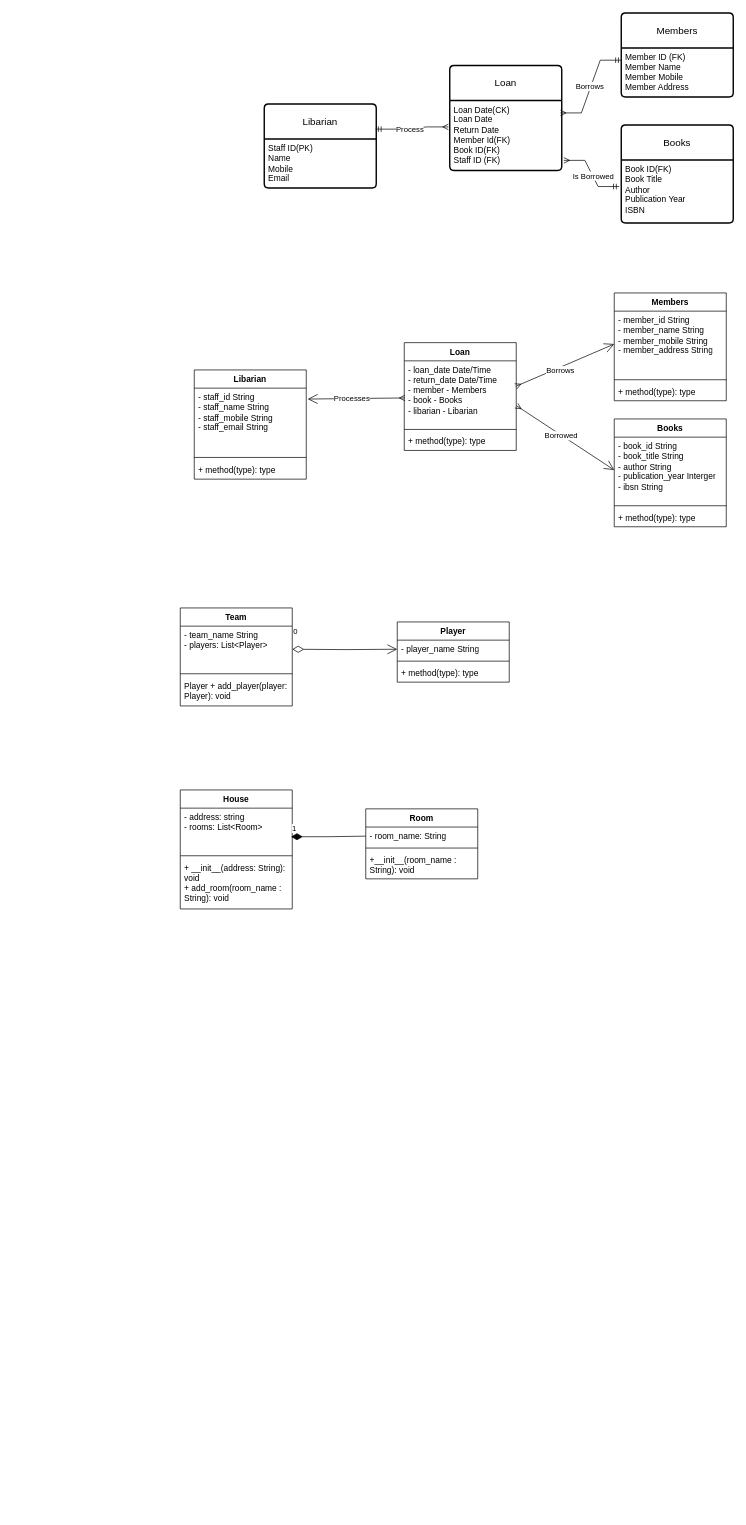
TamaMak/at1 keeps this draw.io diagram as Untitled Diagram.drawio. Above is the earlier version. Source tidied: cells renumbered, new cells numbered last; positions are measured from the earlier drawing's top-left corner, leaving out a move shared by most shapes. Both pictures are drawn from the tidied source at 70%, with x=0, y=0 at pixel (180, 13).
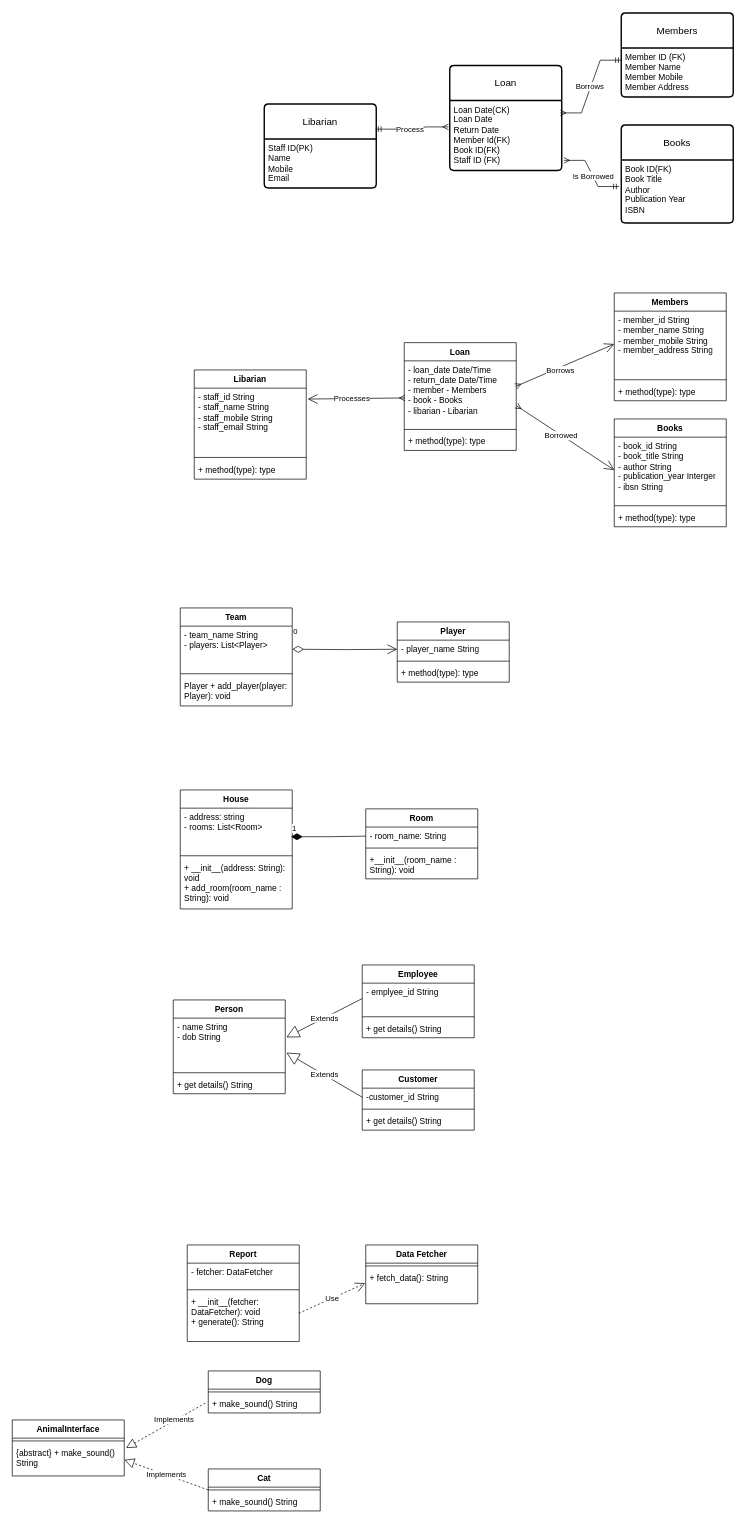
After the change.

Diff of the diagram source:
```diff
@@
+    <mxCell id="56" value="Employee" style="swimlane;fontStyle=1;align=center;verticalAlign=top;horizontal=1;startSize=26;whiteSpace=wrap;html=1;" parent="1" vertex="1">
+      <mxGeometry x="260" y="1360" width="160" height="104" as="geometry" />
+    </mxCell>
+    <mxCell id="57" value="- emplyee_id String" style="text;strokeColor=none;fillColor=none;align=left;verticalAlign=top;spacingLeft=4;spacingRight=4;overflow=hidden;points=[[0,0.5],[1,0.5]];portConstraint=eastwest;whiteSpace=wrap;html=1;" parent="56" vertex="1">
+      <mxGeometry y="26" width="160" height="44" as="geometry" />
+    </mxCell>
+    <mxCell id="58" style="line;strokeWidth=1;fillColor=none;align=left;verticalAlign=middle;spacingTop=-1;spacingLeft=3;spacingRight=3;labelPosition=right;strokeColor=inherit;" parent="56" vertex="1">
+      <mxGeometry y="70" width="160" height="8" as="geometry" />
+    </mxCell>
+    <mxCell id="59" value="+ get details() String" style="text;strokeColor=none;fillColor=none;align=left;verticalAlign=top;spacingLeft=4;spacingRight=4;overflow=hidden;whiteSpace=wrap;html=1;" parent="56" vertex="1">
+      <mxGeometry y="78" width="160" height="26" as="geometry" />
+    </mxCell>
+    <mxCell id="60" value="Person" style="swimlane;fontStyle=1;align=center;verticalAlign=top;horizontal=1;startSize=26;whiteSpace=wrap;html=1;" parent="1" vertex="1">
+      <mxGeometry x="-10" y="1410" width="160" height="134" as="geometry" />
+    </mxCell>
+    <mxCell id="61" value="- name String&lt;div&gt;- dob String&lt;/div&gt;" style="text;strokeColor=none;fillColor=none;align=left;verticalAlign=top;spacingLeft=4;spacingRight=4;overflow=hidden;points=[[0,0.5],[1,0.5]];portConstraint=eastwest;whiteSpace=wrap;html=1;" parent="60" vertex="1">
+      <mxGeometry y="26" width="160" height="74" as="geometry" />
+    </mxCell>
+    <mxCell id="62" style="line;strokeWidth=1;fillColor=none;align=left;verticalAlign=middle;spacingTop=-1;spacingLeft=3;spacingRight=3;labelPosition=right;strokeColor=inherit;" parent="60" vertex="1">
+      <mxGeometry y="100" width="160" height="8" as="geometry" />
+    </mxCell>
+    <mxCell id="63" value="+ get details() String" style="text;strokeColor=none;fillColor=none;align=left;verticalAlign=top;spacingLeft=4;spacingRight=4;overflow=hidden;whiteSpace=wrap;html=1;" parent="60" vertex="1">
+      <mxGeometry y="108" width="160" height="26" as="geometry" />
+    </mxCell>
+    <mxCell id="64" value="Customer" style="swimlane;fontStyle=1;align=center;verticalAlign=top;horizontal=1;startSize=26;whiteSpace=wrap;html=1;" parent="1" vertex="1">
+      <mxGeometry x="260" y="1510" width="160" height="86" as="geometry" />
+    </mxCell>
+    <mxCell id="65" value="-customer_id String" style="text;strokeColor=none;fillColor=none;align=left;verticalAlign=top;spacingLeft=4;spacingRight=4;overflow=hidden;points=[[0,0.5],[1,0.5]];portConstraint=eastwest;whiteSpace=wrap;html=1;" parent="64" vertex="1">
+      <mxGeometry y="26" width="160" height="26" as="geometry" />
+    </mxCell>
+    <mxCell id="66" style="line;strokeWidth=1;fillColor=none;align=left;verticalAlign=middle;spacingTop=-1;spacingLeft=3;spacingRight=3;labelPosition=right;strokeColor=inherit;" parent="64" vertex="1">
+      <mxGeometry y="52" width="160" height="8" as="geometry" />
+    </mxCell>
+    <mxCell id="67" value="+ get details() String" style="text;strokeColor=none;fillColor=none;align=left;verticalAlign=top;spacingLeft=4;spacingRight=4;overflow=hidden;whiteSpace=wrap;html=1;" parent="64" vertex="1">
+      <mxGeometry y="60" width="160" height="26" as="geometry" />
+    </mxCell>
+    <mxCell id="68" value="Extends" style="endArrow=block;endSize=16;endFill=0;html=1;rounded=0;exitX=0;exitY=0.5;exitDx=0;exitDy=0;entryX=1.01;entryY=0.666;entryDx=0;entryDy=0;entryPerimeter=0;" parent="1" edge="1" source="65" target="61">
+      <mxGeometry relative="1" as="geometry" />
+    </mxCell>
+    <mxCell id="69" value="Extends" style="endArrow=block;endSize=16;endFill=0;html=1;rounded=0;exitX=0;exitY=0.5;exitDx=0;exitDy=0;entryX=1.01;entryY=0.371;entryDx=0;entryDy=0;entryPerimeter=0;" parent="1" edge="1" source="57" target="61">
+      <mxGeometry relative="1" as="geometry" />
+    </mxCell>
+    <mxCell id="70" value="Report" style="swimlane;fontStyle=1;align=center;verticalAlign=top;horizontal=1;startSize=26;whiteSpace=wrap;html=1;" parent="1" vertex="1">
+      <mxGeometry x="10" y="1760" width="160" height="138" as="geometry" />
+    </mxCell>
+    <mxCell id="71" value="&lt;font style=&quot;font-size: 12px;&quot; face=&quot;Helvetica&quot;&gt;- fetcher: DataFetcher&lt;/font&gt;" style="text;strokeColor=none;fillColor=none;align=left;verticalAlign=top;spacingLeft=4;spacingRight=4;overflow=hidden;whiteSpace=wrap;html=1;" parent="70" vertex="1">
+      <mxGeometry y="26" width="160" height="34" as="geometry" />
+    </mxCell>
+    <mxCell id="72" style="line;strokeWidth=1;fillColor=none;align=left;verticalAlign=middle;spacingTop=-1;spacingLeft=3;spacingRight=3;labelPosition=right;strokeColor=inherit;" parent="70" vertex="1">
+      <mxGeometry y="60" width="160" height="8" as="geometry" />
+    </mxCell>
+    <mxCell id="73" value="&lt;span style=&quot;font-family: Arial, sans-serif;&quot;&gt;&lt;font style=&quot;font-size: 12px;&quot;&gt;+ __init__(fetcher: DataFetcher): void&lt;/font&gt;&lt;/span&gt;&lt;div style=&quot;&quot;&gt;&lt;font style=&quot;font-size: 12px;&quot;&gt;&lt;span style=&quot;font-family: Arial, sans-serif;&quot;&gt;+ generate(): String&lt;/span&gt;&lt;span style=&quot;font-family: Arial, sans-serif;&quot;&gt;&lt;br&gt;&lt;/span&gt;&lt;/font&gt;&lt;/div&gt;&lt;div style=&quot;&quot;&gt;&lt;strong style=&quot;font-family: Arial, sans-serif; background-color: rgb(224, 224, 224);&quot;&gt;&lt;br&gt;&lt;/strong&gt;&lt;/div&gt;" style="text;strokeColor=none;fillColor=none;align=left;verticalAlign=top;spacingLeft=4;spacingRight=4;overflow=hidden;points=[[0,0.5],[1,0.5]];portConstraint=eastwest;whiteSpace=wrap;html=1;" parent="70" vertex="1">
+      <mxGeometry y="68" width="160" height="70" as="geometry" />
+    </mxCell>
+    <mxCell id="74" value="Data Fetcher" style="swimlane;fontStyle=1;align=center;verticalAlign=top;horizontal=1;startSize=26;whiteSpace=wrap;html=1;" parent="1" vertex="1">
+      <mxGeometry x="265" y="1760" width="160" height="84" as="geometry" />
+    </mxCell>
+    <mxCell id="75" style="line;strokeWidth=1;fillColor=none;align=left;verticalAlign=middle;spacingTop=-1;spacingLeft=3;spacingRight=3;labelPosition=right;strokeColor=inherit;" parent="74" vertex="1">
+      <mxGeometry y="26" width="160" height="8" as="geometry" />
+    </mxCell>
+    <mxCell id="76" value="&lt;font face=&quot;Helvetica&quot; style=&quot;font-size: 12px;&quot;&gt;+ fetch_data(): String&lt;/font&gt;" style="text;strokeColor=none;fillColor=none;align=left;verticalAlign=top;spacingLeft=4;spacingRight=4;overflow=hidden;points=[[0,0.5],[1,0.5]];portConstraint=eastwest;whiteSpace=wrap;html=1;" parent="74" vertex="1">
+      <mxGeometry y="34" width="160" height="50" as="geometry" />
+    </mxCell>
+    <mxCell id="77" value="Use" style="endArrow=open;endSize=12;dashed=1;html=1;rounded=0;entryX=-0.004;entryY=0.413;entryDx=0;entryDy=0;entryPerimeter=0;exitX=0.995;exitY=0.424;exitDx=0;exitDy=0;exitPerimeter=0;" parent="1" edge="1" source="73" target="76">
+      <mxGeometry relative="1" as="geometry" />
+    </mxCell>
+    <mxCell id="78" value="Dog" style="swimlane;fontStyle=1;align=center;verticalAlign=top;horizontal=1;startSize=26;whiteSpace=wrap;html=1;" parent="1" vertex="1">
+      <mxGeometry x="40" y="1940" width="160" height="60" as="geometry" />
+    </mxCell>
+    <mxCell id="79" style="line;strokeWidth=1;fillColor=none;align=left;verticalAlign=middle;spacingTop=-1;spacingLeft=3;spacingRight=3;labelPosition=right;strokeColor=inherit;" parent="78" vertex="1">
+      <mxGeometry y="26" width="160" height="8" as="geometry" />
+    </mxCell>
+    <mxCell id="80" value="+ make_sound() String" style="text;strokeColor=none;fillColor=none;align=left;verticalAlign=top;spacingLeft=4;spacingRight=4;overflow=hidden;points=[[0,0.5],[1,0.5]];portConstraint=eastwest;whiteSpace=wrap;html=1;" parent="78" vertex="1">
+      <mxGeometry y="34" width="160" height="26" as="geometry" />
+    </mxCell>
+    <mxCell id="81" value="AnimalInterface" style="swimlane;fontStyle=1;align=center;verticalAlign=top;horizontal=1;startSize=26;whiteSpace=wrap;html=1;" parent="1" vertex="1">
+      <mxGeometry x="-240" y="2010" width="160" height="80" as="geometry" />
+    </mxCell>
+    <mxCell id="82" style="line;strokeWidth=1;fillColor=none;align=left;verticalAlign=middle;spacingTop=-1;spacingLeft=3;spacingRight=3;labelPosition=right;strokeColor=inherit;" parent="81" vertex="1">
+      <mxGeometry y="26" width="160" height="8" as="geometry" />
+    </mxCell>
+    <mxCell id="83" value="{abstract} + make_sound() String" style="text;strokeColor=none;fillColor=none;align=left;verticalAlign=top;spacingLeft=4;spacingRight=4;overflow=hidden;points=[[0,0.5],[1,0.5]];portConstraint=eastwest;whiteSpace=wrap;html=1;" parent="81" vertex="1">
+      <mxGeometry y="34" width="160" height="46" as="geometry" />
+    </mxCell>
+    <mxCell id="84" value="Cat" style="swimlane;fontStyle=1;align=center;verticalAlign=top;horizontal=1;startSize=26;whiteSpace=wrap;html=1;" parent="1" vertex="1">
+      <mxGeometry x="40" y="2080" width="160" height="60" as="geometry" />
+    </mxCell>
+    <mxCell id="85" style="line;strokeWidth=1;fillColor=none;align=left;verticalAlign=middle;spacingTop=-1;spacingLeft=3;spacingRight=3;labelPosition=right;strokeColor=inherit;" parent="84" vertex="1">
+      <mxGeometry y="26" width="160" height="8" as="geometry" />
+    </mxCell>
+    <mxCell id="86" value="+ make_sound() String" style="text;strokeColor=none;fillColor=none;align=left;verticalAlign=top;spacingLeft=4;spacingRight=4;overflow=hidden;whiteSpace=wrap;html=1;" parent="84" vertex="1">
+      <mxGeometry y="34" width="160" height="26" as="geometry" />
+    </mxCell>
+    <mxCell id="87" style="endArrow=block;dashed=1;endFill=0;endSize=12;html=1;rounded=0;entryX=1;entryY=0.5;entryDx=0;entryDy=0;exitX=0;exitY=0.5;exitDx=0;exitDy=0;" parent="1" edge="1" source="84" target="83">
+      <mxGeometry relative="1" as="geometry" />
+    </mxCell>
+    <mxCell id="88" value="Implements" style="edgeLabel;html=1;align=center;verticalAlign=middle;" parent="87" vertex="1">
+      <mxGeometry x="0.02" y="-1" relative="1" as="geometry" />
+    </mxCell>
+    <mxCell id="89" style="endArrow=block;dashed=1;endFill=0;endSize=12;html=1;rounded=0;entryX=1.016;entryY=0.133;entryDx=0;entryDy=0;entryPerimeter=0;exitX=-0.026;exitY=0.457;exitDx=0;exitDy=0;exitPerimeter=0;" parent="1" edge="1" source="80" target="83">
+      <mxGeometry relative="1" as="geometry" />
+    </mxCell>
+    <mxCell id="90" value="Implements" style="edgeLabel;html=1;align=center;verticalAlign=middle;" parent="89" vertex="1">
+      <mxGeometry x="-0.22" y="-2" relative="1" as="geometry" />
+    </mxCell>
```
